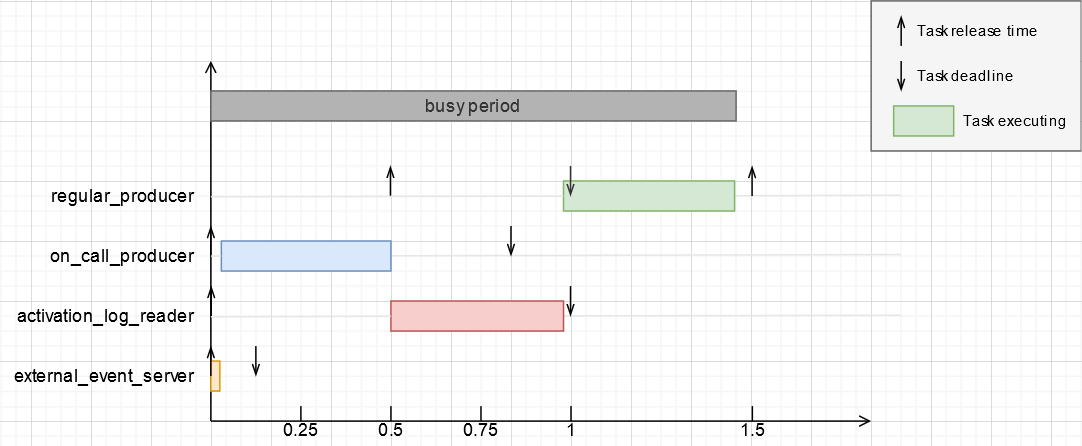
This is report/images/timelines-WCRT-RP.png from jiayihu/SRT, a draw.io export, as it was before one commit. Source tidied: cells renumbered, new cells last; positions are measured from the earlier drawing's top-left corner, leaving out a move shared by most shapes.
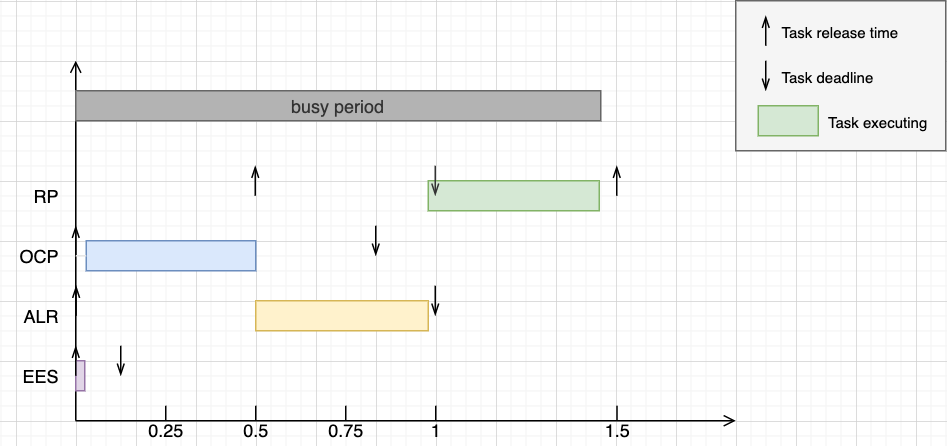
The same file after the commit.

Commit message:
Update all timelines

Diff of the diagram source:
```diff
@@ -2,200 +2,175 @@
   <root>
     <mxCell id="0" />
     <mxCell id="1" parent="0" />
-    <mxCell id="2" style="endArrow=none;html=1;endFill=0;strokeColor=#E6E6E6;" parent="1" edge="1" source="39">
-      <mxGeometry relative="1" as="geometry">
-        <mxPoint x="600" y="169" as="targetPoint" />
-      </mxGeometry>
+    <mxCell id="2" style="rounded=0;whiteSpace=wrap;html=1;fontSize=10;fillColor=#f5f5f5;strokeColor=#666666;fontColor=#333333;" parent="1" vertex="1">
+      <mxGeometry x="580" width="140" height="100" as="geometry" />
     </mxCell>
-    <mxCell id="3" style="endArrow=none;html=1;endFill=0;strokeColor=#E6E6E6;" parent="1" edge="1" source="41">
-      <mxGeometry relative="1" as="geometry">
-        <mxPoint x="600" y="129.5" as="targetPoint" />
-      </mxGeometry>
+    <mxCell id="3" value="1" style="text;html=1;align=center;verticalAlign=middle;" parent="1" vertex="1">
+      <mxGeometry x="370" y="276" width="20" height="20" as="geometry" />
     </mxCell>
-    <mxCell id="4" style="endArrow=none;html=1;endFill=0;strokeColor=#E6E6E6;" parent="1" edge="1" source="30">
-      <mxGeometry relative="1" as="geometry">
-        <mxPoint x="600" y="209.5" as="targetPoint" />
-      </mxGeometry>
+    <mxCell id="4" value="1.5" style="text;html=1;align=center;verticalAlign=middle;" parent="1" vertex="1">
+      <mxGeometry x="486" y="276" width="30" height="20" as="geometry" />
     </mxCell>
-    <mxCell id="5" style="rounded=0;whiteSpace=wrap;html=1;fontSize=10;fillColor=#f5f5f5;strokeColor=#666666;fontColor=#333333;" parent="1" vertex="1">
-      <mxGeometry x="580" width="140" height="100" as="geometry" />
+    <mxCell id="5" value="RP" style="text;html=1;align=right;verticalAlign=middle;" parent="1" vertex="1">
+      <mxGeometry x="100" y="120" width="30" height="20" as="geometry" />
     </mxCell>
-    <mxCell id="6" value="1" style="text;html=1;align=center;verticalAlign=middle;" parent="1" vertex="1">
-      <mxGeometry x="370" y="276" width="20" height="20" as="geometry" />
+    <mxCell id="6" style="endArrow=openThin;html=1;strokeWidth=1;endFill=0;" parent="1" edge="1">
+      <mxGeometry relative="1" as="geometry">
+        <mxPoint x="259.7" y="130" as="sourcePoint" />
+        <mxPoint x="259.7" y="110" as="targetPoint" />
+      </mxGeometry>
     </mxCell>
-    <mxCell id="7" value="1.5" style="text;html=1;align=center;verticalAlign=middle;" parent="1" vertex="1">
-      <mxGeometry x="486" y="276" width="30" height="20" as="geometry" />
+    <mxCell id="7" style="endArrow=openThin;html=1;strokeWidth=1;endFill=0;" parent="1" edge="1">
+      <mxGeometry relative="1" as="geometry">
+        <mxPoint x="140" y="170" as="sourcePoint" />
+        <mxPoint x="140" y="150" as="targetPoint" />
+      </mxGeometry>
     </mxCell>
-    <mxCell id="8" value="regular_producer" style="text;html=1;align=right;verticalAlign=middle;" parent="1" vertex="1">
-      <mxGeometry x="20" y="120" width="110" height="20" as="geometry" />
+    <mxCell id="8" style="endArrow=openThin;html=1;strokeWidth=1;endFill=0;" parent="1" edge="1">
+      <mxGeometry relative="1" as="geometry">
+        <mxPoint x="140.2" y="210" as="sourcePoint" />
+        <mxPoint x="140.2" y="190" as="targetPoint" />
+      </mxGeometry>
     </mxCell>
     <mxCell id="9" style="endArrow=openThin;html=1;strokeWidth=1;endFill=0;" parent="1" edge="1">
       <mxGeometry relative="1" as="geometry">
-        <mxPoint x="259.7" y="130" as="sourcePoint" />
-        <mxPoint x="259.7" y="110" as="targetPoint" />
+        <mxPoint x="379.7" y="190" as="sourcePoint" />
+        <mxPoint x="379.7" y="210" as="targetPoint" />
       </mxGeometry>
     </mxCell>
     <mxCell id="10" style="endArrow=openThin;html=1;strokeWidth=1;endFill=0;" parent="1" edge="1">
       <mxGeometry relative="1" as="geometry">
-        <mxPoint x="140" y="170" as="sourcePoint" />
-        <mxPoint x="140" y="150" as="targetPoint" />
+        <mxPoint x="340" y="150" as="sourcePoint" />
+        <mxPoint x="340" y="170" as="targetPoint" />
       </mxGeometry>
     </mxCell>
-    <mxCell id="11" style="endArrow=openThin;html=1;strokeWidth=1;endFill=0;" parent="1" edge="1">
+    <mxCell id="11" style="endArrow=open;html=1;endFill=0;" parent="1" edge="1">
       <mxGeometry relative="1" as="geometry">
-        <mxPoint x="140.2" y="210" as="sourcePoint" />
-        <mxPoint x="140.2" y="190" as="targetPoint" />
+        <mxPoint x="140" y="280" as="sourcePoint" />
+        <mxPoint x="580" y="280" as="targetPoint" />
       </mxGeometry>
     </mxCell>
-    <mxCell id="12" style="endArrow=openThin;html=1;strokeWidth=1;endFill=0;" parent="1" edge="1">
+    <mxCell id="12" style="endArrow=open;html=1;endFill=0;" parent="1" edge="1">
       <mxGeometry relative="1" as="geometry">
-        <mxPoint x="379.7" y="190" as="sourcePoint" />
-        <mxPoint x="379.7" y="210" as="targetPoint" />
+        <mxPoint x="140" y="280" as="sourcePoint" />
+        <mxPoint x="140" y="40" as="targetPoint" />
       </mxGeometry>
     </mxCell>
     <mxCell id="13" style="endArrow=openThin;html=1;strokeWidth=1;endFill=0;" parent="1" edge="1">
       <mxGeometry relative="1" as="geometry">
-        <mxPoint x="340" y="150" as="sourcePoint" />
-        <mxPoint x="340" y="170" as="targetPoint" />
+        <mxPoint x="600" y="30" as="sourcePoint" />
+        <mxPoint x="600" y="10" as="targetPoint" />
       </mxGeometry>
     </mxCell>
-    <mxCell id="14" style="endArrow=open;html=1;endFill=0;" parent="1" edge="1">
-      <mxGeometry relative="1" as="geometry">
-        <mxPoint x="140" y="280" as="sourcePoint" />
-        <mxPoint x="580" y="280" as="targetPoint" />
-      </mxGeometry>
+    <mxCell id="14" value="Task release time" style="text;html=1;align=left;verticalAlign=middle;fontSize=10;" parent="1" vertex="1">
+      <mxGeometry x="609" y="10" width="90" height="20" as="geometry" />
     </mxCell>
-    <mxCell id="15" style="endArrow=open;html=1;endFill=0;" parent="1" edge="1">
+    <mxCell id="15" style="endArrow=openThin;html=1;strokeWidth=1;endFill=0;" parent="1" edge="1">
       <mxGeometry relative="1" as="geometry">
-        <mxPoint x="140" y="280" as="sourcePoint" />
-        <mxPoint x="140" y="40" as="targetPoint" />
+        <mxPoint x="600" y="40" as="sourcePoint" />
+        <mxPoint x="600" y="60" as="targetPoint" />
       </mxGeometry>
     </mxCell>
-    <mxCell id="16" style="endArrow=openThin;html=1;strokeWidth=1;endFill=0;" parent="1" edge="1">
-      <mxGeometry relative="1" as="geometry">
-        <mxPoint x="600" y="30" as="sourcePoint" />
-        <mxPoint x="600" y="10" as="targetPoint" />
-      </mxGeometry>
+    <mxCell id="16" value="Task deadline" style="text;html=1;align=left;verticalAlign=middle;fontSize=10;" parent="1" vertex="1">
+      <mxGeometry x="609" y="40" width="80" height="20" as="geometry" />
     </mxCell>
-    <mxCell id="17" value="Task release time" style="text;html=1;align=left;verticalAlign=middle;fontSize=10;" parent="1" vertex="1">
-      <mxGeometry x="609" y="10" width="90" height="20" as="geometry" />
+    <mxCell id="17" style="whiteSpace=wrap;html=1;fillColor=#d5e8d4;strokeColor=#82b366;" parent="1" vertex="1">
+      <mxGeometry x="595" y="70" width="40" height="20" as="geometry" />
     </mxCell>
-    <mxCell id="18" style="endArrow=openThin;html=1;strokeWidth=1;endFill=0;" parent="1" edge="1">
-      <mxGeometry relative="1" as="geometry">
-        <mxPoint x="600" y="40" as="sourcePoint" />
-        <mxPoint x="600" y="60" as="targetPoint" />
-      </mxGeometry>
+    <mxCell id="18" value="Task executing" style="text;html=1;align=left;verticalAlign=middle;fontSize=10;" parent="1" vertex="1">
+      <mxGeometry x="640" y="70" width="80" height="20" as="geometry" />
     </mxCell>
-    <mxCell id="19" value="Task deadline" style="text;html=1;align=left;verticalAlign=middle;fontSize=10;" parent="1" vertex="1">
-      <mxGeometry x="609" y="40" width="80" height="20" as="geometry" />
+    <mxCell id="19" style="endArrow=none;html=1;strokeColor=#000000;fontSize=10;" parent="1" edge="1">
+      <mxGeometry relative="1" as="geometry">
+        <mxPoint x="380" y="280" as="sourcePoint" />
+        <mxPoint x="380" y="270" as="targetPoint" />
+      </mxGeometry>
     </mxCell>
-    <mxCell id="20" style="whiteSpace=wrap;html=1;fillColor=#d5e8d4;strokeColor=#82b366;" parent="1" vertex="1">
-      <mxGeometry x="595" y="70" width="40" height="20" as="geometry" />
+    <mxCell id="20" style="endArrow=none;html=1;strokeColor=#000000;fontSize=10;" parent="1" edge="1">
+      <mxGeometry relative="1" as="geometry">
+        <mxPoint x="500.8" y="280" as="sourcePoint" />
+        <mxPoint x="500.8" y="270" as="targetPoint" />
+      </mxGeometry>
     </mxCell>
-    <mxCell id="21" value="Task executing" style="text;html=1;align=left;verticalAlign=middle;fontSize=10;" parent="1" vertex="1">
-      <mxGeometry x="640" y="70" width="80" height="20" as="geometry" />
+    <mxCell id="21" value="OCP" style="text;html=1;align=right;verticalAlign=middle;" parent="1" vertex="1">
+      <mxGeometry x="90" y="160" width="40" height="20" as="geometry" />
     </mxCell>
-    <mxCell id="22" style="endArrow=none;html=1;strokeColor=#000000;fontSize=10;" parent="1" edge="1">
-      <mxGeometry relative="1" as="geometry">
-        <mxPoint x="380" y="280" as="sourcePoint" />
-        <mxPoint x="380" y="270" as="targetPoint" />
-      </mxGeometry>
+    <mxCell id="22" value="ALR" style="text;html=1;align=right;verticalAlign=middle;" parent="1" vertex="1">
+      <mxGeometry x="90" y="200" width="40" height="20" as="geometry" />
     </mxCell>
-    <mxCell id="23" style="endArrow=none;html=1;strokeColor=#000000;fontSize=10;" parent="1" edge="1">
-      <mxGeometry relative="1" as="geometry">
-        <mxPoint x="500.8" y="280" as="sourcePoint" />
-        <mxPoint x="500.8" y="270" as="targetPoint" />
-      </mxGeometry>
+    <mxCell id="23" value="EES" style="text;html=1;align=right;verticalAlign=middle;" parent="1" vertex="1">
+      <mxGeometry x="90" y="240" width="40" height="20" as="geometry" />
     </mxCell>
-    <mxCell id="24" value="on_call_producer" style="text;html=1;align=right;verticalAlign=middle;" parent="1" vertex="1">
-      <mxGeometry x="20" y="160" width="110" height="20" as="geometry" />
+    <mxCell id="24" style="whiteSpace=wrap;html=1;fillColor=#e1d5e7;strokeColor=#9673a6;imageWidth=72;" parent="1" vertex="1">
+      <mxGeometry x="140" y="240" width="6" height="20" as="geometry" />
     </mxCell>
-    <mxCell id="25" value="activation_log_reader" style="text;html=1;align=right;verticalAlign=middle;" parent="1" vertex="1">
-      <mxGeometry y="200" width="130" height="20" as="geometry" />
+    <mxCell id="25" style="endArrow=openThin;html=1;strokeWidth=1;endFill=0;" parent="1" edge="1">
+      <mxGeometry relative="1" as="geometry">
+        <mxPoint x="140" y="250" as="sourcePoint" />
+        <mxPoint x="140" y="230" as="targetPoint" />
+      </mxGeometry>
     </mxCell>
-    <mxCell id="26" value="external_event_server" style="text;html=1;align=right;verticalAlign=middle;" parent="1" vertex="1">
-      <mxGeometry y="240" width="130" height="20" as="geometry" />
+    <mxCell id="26" style="endArrow=openThin;html=1;strokeWidth=1;endFill=0;" parent="1" edge="1">
+      <mxGeometry relative="1" as="geometry">
+        <mxPoint x="170" y="230" as="sourcePoint" />
+        <mxPoint x="170" y="250" as="targetPoint" />
+      </mxGeometry>
     </mxCell>
-    <mxCell id="27" style="whiteSpace=wrap;html=1;fillColor=#ffe6cc;strokeColor=#d79b00;imageWidth=72;" parent="1" vertex="1">
-      <mxGeometry x="140" y="240" width="6" height="20" as="geometry" />
+    <mxCell id="27" style="whiteSpace=wrap;html=1;fillColor=#fff2cc;strokeColor=#d6b656;" parent="1" vertex="1">
+      <mxGeometry x="260" y="200" width="115" height="20" as="geometry" />
     </mxCell>
     <mxCell id="28" style="endArrow=openThin;html=1;strokeWidth=1;endFill=0;" parent="1" edge="1">
       <mxGeometry relative="1" as="geometry">
-        <mxPoint x="140" y="250" as="sourcePoint" />
-        <mxPoint x="140" y="230" as="targetPoint" />
+        <mxPoint x="500.7" y="130" as="sourcePoint" />
+        <mxPoint x="500.7" y="110" as="targetPoint" />
       </mxGeometry>
     </mxCell>
-    <mxCell id="29" style="endArrow=openThin;html=1;strokeWidth=1;endFill=0;" parent="1" edge="1">
-      <mxGeometry relative="1" as="geometry">
-        <mxPoint x="170" y="230" as="sourcePoint" />
-        <mxPoint x="170" y="250" as="targetPoint" />
-      </mxGeometry>
+    <mxCell id="29" value="0.5" style="text;html=1;align=center;verticalAlign=middle;" parent="1" vertex="1">
+      <mxGeometry x="245" y="276" width="30" height="20" as="geometry" />
     </mxCell>
-    <mxCell id="30" style="whiteSpace=wrap;html=1;fillColor=#f8cecc;strokeColor=#b85450;" parent="1" vertex="1">
-      <mxGeometry x="260" y="200" width="115" height="20" as="geometry" />
+    <mxCell id="30" style="endArrow=none;html=1;strokeColor=#000000;fontSize=10;" parent="1" edge="1">
+      <mxGeometry relative="1" as="geometry">
+        <mxPoint x="260" y="280" as="sourcePoint" />
+        <mxPoint x="260" y="270" as="targetPoint" />
+      </mxGeometry>
     </mxCell>
-    <mxCell id="31" style="endArrow=none;html=1;endFill=0;strokeColor=#E6E6E6;" parent="1" edge="1" target="30">
-      <mxGeometry relative="1" as="geometry">
-        <mxPoint x="140" y="210.5" as="sourcePoint" />
-      </mxGeometry>
+    <mxCell id="31" value="0.75" style="text;html=1;align=center;verticalAlign=middle;" parent="1" vertex="1">
+      <mxGeometry x="300" y="276" width="40" height="20" as="geometry" />
     </mxCell>
-    <mxCell id="32" style="endArrow=openThin;html=1;strokeWidth=1;endFill=0;" parent="1" edge="1">
+    <mxCell id="32" style="endArrow=none;html=1;strokeColor=#000000;fontSize=10;" parent="1" edge="1">
       <mxGeometry relative="1" as="geometry">
-        <mxPoint x="500.7" y="130" as="sourcePoint" />
-        <mxPoint x="500.7" y="110" as="targetPoint" />
+        <mxPoint x="320" y="280" as="sourcePoint" />
+        <mxPoint x="320" y="270" as="targetPoint" />
       </mxGeometry>
     </mxCell>
-    <mxCell id="33" value="0.5" style="text;html=1;align=center;verticalAlign=middle;" parent="1" vertex="1">
-      <mxGeometry x="245" y="276" width="30" height="20" as="geometry" />
+    <mxCell id="33" value="0.25" style="text;html=1;align=center;verticalAlign=middle;" parent="1" vertex="1">
+      <mxGeometry x="180" y="276" width="40" height="20" as="geometry" />
     </mxCell>
     <mxCell id="34" style="endArrow=none;html=1;strokeColor=#000000;fontSize=10;" parent="1" edge="1">
       <mxGeometry relative="1" as="geometry">
-        <mxPoint x="260" y="280" as="sourcePoint" />
-        <mxPoint x="260" y="270" as="targetPoint" />
+        <mxPoint x="200" y="280" as="sourcePoint" />
+        <mxPoint x="200" y="270" as="targetPoint" />
       </mxGeometry>
     </mxCell>
-    <mxCell id="35" value="0.75" style="text;html=1;align=center;verticalAlign=middle;points=[];" parent="1" vertex="1">
-      <mxGeometry x="300" y="276" width="40" height="20" as="geometry" />
+    <mxCell id="35" style="whiteSpace=wrap;html=1;fillColor=#dae8fc;strokeColor=#6c8ebf;" parent="1" vertex="1">
+      <mxGeometry x="147" y="160" width="113" height="20" as="geometry" />
     </mxCell>
-    <mxCell id="36" style="endArrow=none;html=1;strokeColor=#000000;fontSize=10;" parent="1" edge="1">
+    <mxCell id="36" style="endArrow=none;html=1;endFill=0;strokeColor=#E6E6E6;" parent="1" edge="1" target="35">
       <mxGeometry relative="1" as="geometry">
-        <mxPoint x="320" y="280" as="sourcePoint" />
-        <mxPoint x="320" y="270" as="targetPoint" />
+        <mxPoint x="140" y="170" as="sourcePoint" />
       </mxGeometry>
     </mxCell>
-    <mxCell id="37" value="0.25" style="text;html=1;align=center;verticalAlign=middle;" parent="1" vertex="1">
-      <mxGeometry x="180" y="276" width="40" height="20" as="geometry" />
+    <mxCell id="37" style="whiteSpace=wrap;html=1;fillColor=#d5e8d4;strokeColor=#82b366;" parent="1" vertex="1">
+      <mxGeometry x="375" y="120" width="114" height="20" as="geometry" />
     </mxCell>
-    <mxCell id="38" style="endArrow=none;html=1;strokeColor=#000000;fontSize=10;" parent="1" edge="1">
+    <mxCell id="38" style="endArrow=openThin;html=1;strokeWidth=1;endFill=0;strokeColor=#333333;" parent="1" edge="1">
       <mxGeometry relative="1" as="geometry">
-        <mxPoint x="200" y="280" as="sourcePoint" />
-        <mxPoint x="200" y="270" as="targetPoint" />
+        <mxPoint x="379.7" y="110" as="sourcePoint" />
+        <mxPoint x="379.7" y="130" as="targetPoint" />
       </mxGeometry>
     </mxCell>
-    <mxCell id="39" style="whiteSpace=wrap;html=1;fillColor=#dae8fc;strokeColor=#6c8ebf;" parent="1" vertex="1">
-      <mxGeometry x="147" y="160" width="113" height="20" as="geometry" />
+    <mxCell id="39" value="busy period" style="whiteSpace=wrap;html=1;fillColor=#B3B3B3;strokeColor=#666666;fontColor=#333333;" parent="1" vertex="1">
+      <mxGeometry x="140" y="60" width="350" height="20" as="geometry" />
     </mxCell>
-    <mxCell id="40" style="endArrow=none;html=1;endFill=0;strokeColor=#E6E6E6;" parent="1" edge="1" target="39">
-      <mxGeometry relative="1" as="geometry">
-        <mxPoint x="140" y="170" as="sourcePoint" />
-      </mxGeometry>
-    </mxCell>
-    <mxCell id="41" style="whiteSpace=wrap;html=1;fillColor=#d5e8d4;strokeColor=#82b366;" parent="1" vertex="1">
-      <mxGeometry x="375" y="120" width="114" height="20" as="geometry" />
-    </mxCell>
-    <mxCell id="42" style="endArrow=none;html=1;endFill=0;strokeColor=#E6E6E6;" parent="1" edge="1" target="41">
-      <mxGeometry relative="1" as="geometry">
-        <mxPoint x="140" y="130.5" as="sourcePoint" />
-      </mxGeometry>
-    </mxCell>
-    <mxCell id="43" style="endArrow=openThin;html=1;strokeWidth=1;endFill=0;strokeColor=#333333;" parent="1" edge="1">
-      <mxGeometry relative="1" as="geometry">
-        <mxPoint x="379.7" y="110" as="sourcePoint" />
-        <mxPoint x="379.7" y="130" as="targetPoint" />
-      </mxGeometry>
-    </mxCell>
-    <mxCell id="44" value="busy period" style="whiteSpace=wrap;html=1;fillColor=#B3B3B3;strokeColor=#666666;fontColor=#333333;" parent="1" vertex="1">
-      <mxGeometry x="140" y="60" width="350" height="20" as="geometry" />
-    </mxCell>
   </root>
 </mxGraphModel>
```
